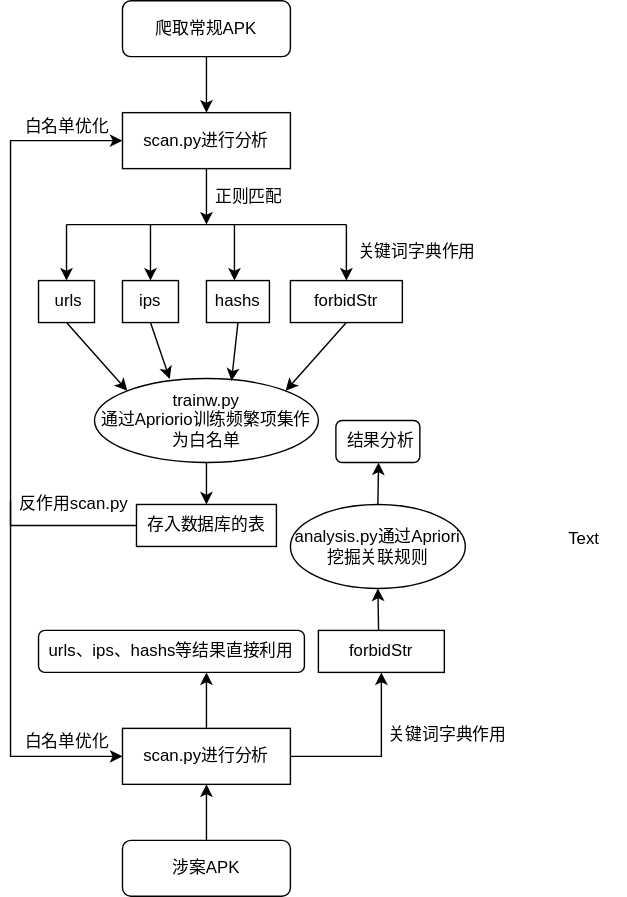
Before: 模型.svg, a diagram exported from draw.io (Ech0zr/liuchengtu). Source tidied: cells renumbered, new cells last; positions are measured from the earlier drawing's top-left corner, leaving out a move shared by most shapes.
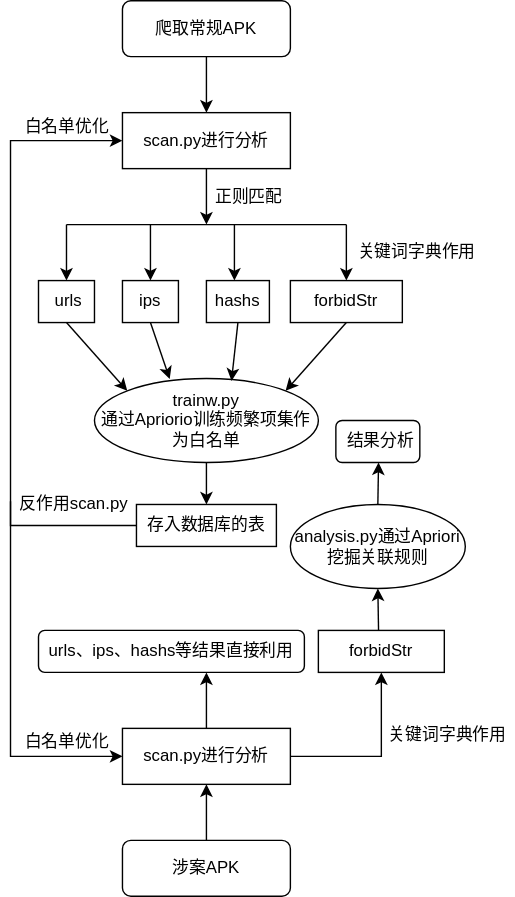
After the commit.

Change to the diagram source:
```diff
@@ -165,9 +165,6 @@
     <mxCell id="40" value="关键词字典作用" style="text;html=1;align=center;verticalAlign=middle;strokeColor=none;fillColor=none;" parent="1" vertex="1">
       <mxGeometry x="240" y="170" width="100" height="20" as="geometry" />
     </mxCell>
-    <mxCell id="41" value="Text" style="text;html=1;strokeColor=none;fillColor=none;align=center;verticalAlign=middle;whiteSpace=wrap;rounded=0;" parent="1" vertex="1">
-      <mxGeometry x="380" y="370" width="60" height="30" as="geometry" />
-    </mxCell>
     <mxCell id="42" value="关键词字典作用" style="text;html=1;strokeColor=none;fillColor=none;align=center;verticalAlign=middle;whiteSpace=wrap;rounded=0;" parent="1" vertex="1">
       <mxGeometry x="265" y="510" width="95" height="30" as="geometry" />
     </mxCell>
```
